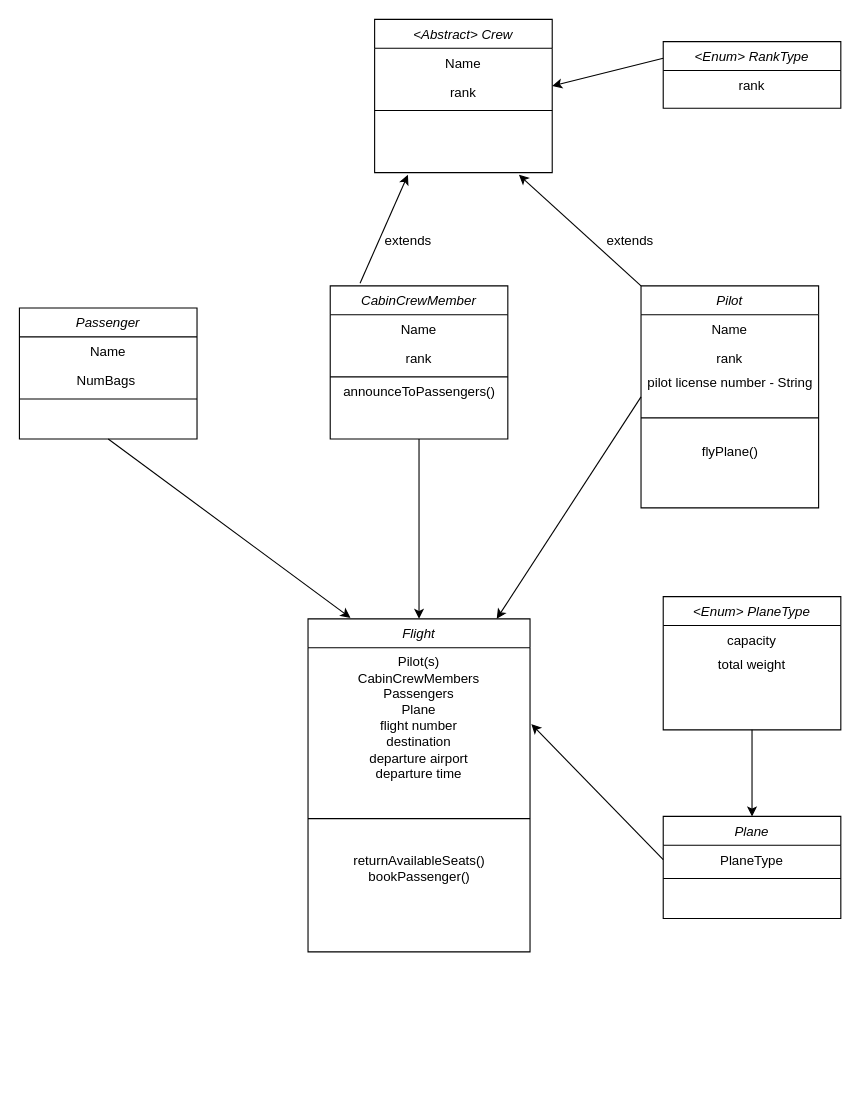
The draw.io diagram MVPdiagram.drawio in Braingains/Java-TDD-Airline, before the edit. Source tidied: cells renumbered, new cells numbered last; positions are measured from the earlier drawing's top-left corner, leaving out a move shared by most shapes. Both pictures are drawn from the tidied source at 111%, with x=0, y=0 at pixel (19, 19).
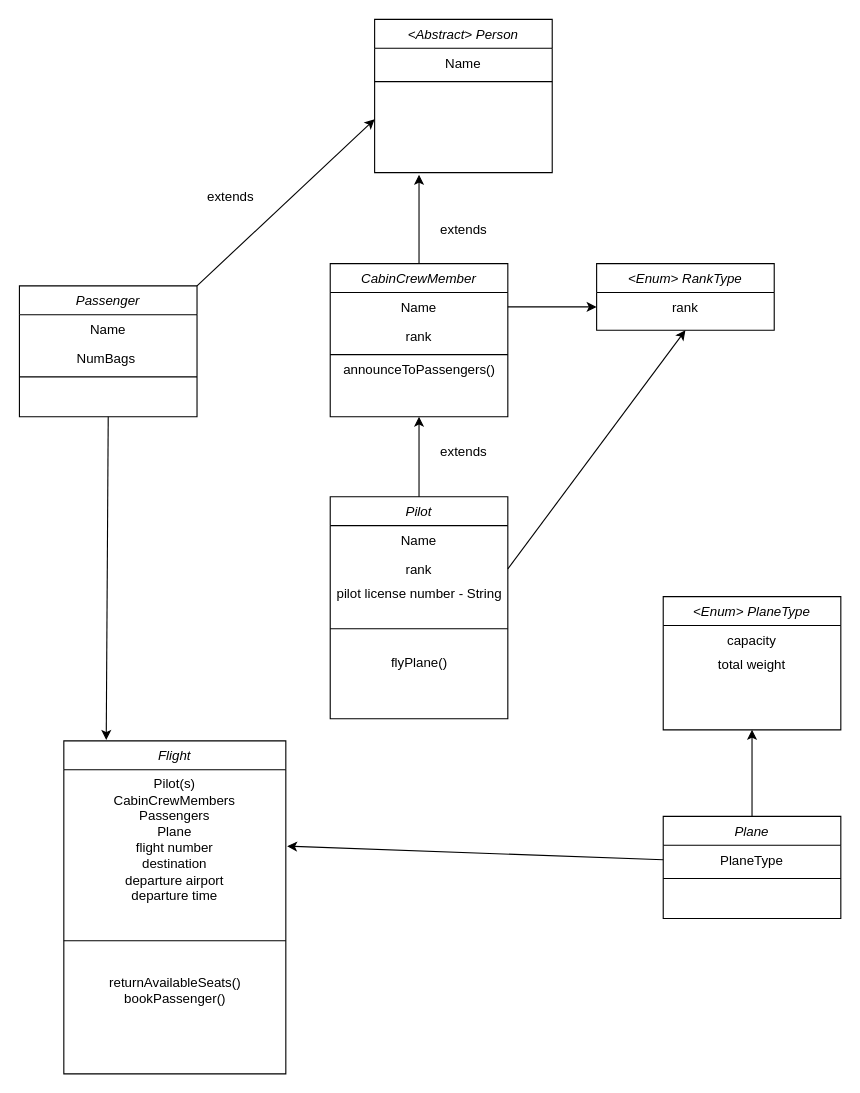
The same diagram, later.

Commit message (it also covers changes not shown here):
abstract person class set up

Unchanged cells that the change refers to:
```xml
<mxCell id="11" value="Name" style="text;align=center;verticalAlign=top;spacingLeft=4;spacingRight=4;overflow=hidden;points=[[0,0.5],[1,0.5]];portConstraint=eastwest;" parent="10" vertex="1">
  <mxGeometry y="26" width="160" height="26" as="geometry" />
</mxCell>
<mxCell id="17" value="rank" style="text;align=center;verticalAlign=top;spacingLeft=4;spacingRight=4;overflow=hidden;points=[[0,0.5],[1,0.5]];portConstraint=eastwest;rounded=0;shadow=0;html=0;" parent="15" vertex="1">
  <mxGeometry y="52" width="160" height="26" as="geometry" />
</mxCell>
<mxCell id="26" value="rank" style="text;align=center;verticalAlign=top;spacingLeft=4;spacingRight=4;overflow=hidden;points=[[0,0.5],[1,0.5]];portConstraint=eastwest;rounded=0;shadow=0;html=0;" parent="25" vertex="1">
  <mxGeometry y="26" width="160" height="26" as="geometry" />
</mxCell>
<mxCell id="27" value="Plane" style="swimlane;fontStyle=2;align=center;verticalAlign=top;horizontal=1;startSize=26;rounded=0;shadow=0;strokeWidth=1;" parent="1" vertex="1">
  <mxGeometry x="580" y="718" width="160" height="92" as="geometry" />
</mxCell>
<mxCell id="30" value="&lt;Enum&gt; PlaneType" style="swimlane;fontStyle=2;align=center;verticalAlign=top;horizontal=1;startSize=26;rounded=0;shadow=0;strokeWidth=1;" parent="1" vertex="1">
  <mxGeometry x="580" y="520" width="160" height="120" as="geometry" />
</mxCell>
```

The edit, as a diff of the source:
```diff
@@
-    <mxCell id="2" value="&lt;Abstract&gt; Crew" style="swimlane;fontStyle=2;align=center;verticalAlign=top;horizontal=1;startSize=26;rounded=0;shadow=0;strokeWidth=1;" parent="1" vertex="1">
+    <mxCell id="2" value="&lt;Abstract&gt; Person" style="swimlane;fontStyle=2;align=center;verticalAlign=top;horizontal=1;startSize=26;rounded=0;shadow=0;strokeWidth=1;" parent="1" vertex="1">
       <mxGeometry x="320" width="160" height="138" as="geometry" />
     </mxCell>
@@
-    <mxCell id="4" value="rank" style="text;align=center;verticalAlign=top;spacingLeft=4;spacingRight=4;overflow=hidden;rounded=0;shadow=0;html=0;" parent="2" vertex="1">
-      <mxGeometry y="52" width="160" height="26" as="geometry" />
-    </mxCell>
     <mxCell id="5" style="line;html=1;strokeWidth=1;align=left;verticalAlign=middle;spacingTop=-1;spacingLeft=3;spacingRight=3;labelPosition=right;" parent="2" vertex="1">
-      <mxGeometry y="78" width="160" height="8" as="geometry" />
+      <mxGeometry y="52" width="160" height="8" as="geometry" />
     </mxCell>
     <mxCell id="6" value="Passenger" style="swimlane;fontStyle=2;align=center;verticalAlign=top;horizontal=1;startSize=26;rounded=0;shadow=0;strokeWidth=1;" parent="1" vertex="1">
-      <mxGeometry y="260" width="160" height="118" as="geometry" />
+      <mxGeometry y="240" width="160" height="118" as="geometry" />
     </mxCell>
@@
     <mxCell id="10" value="CabinCrewMember" style="swimlane;fontStyle=2;align=center;verticalAlign=top;horizontal=1;startSize=26;rounded=0;shadow=0;strokeWidth=1;" parent="1" vertex="1">
-      <mxGeometry x="280" y="240" width="160" height="138" as="geometry" />
+      <mxGeometry x="280" y="220" width="160" height="138" as="geometry" />
     </mxCell>
@@
     <mxCell id="15" value="Pilot" style="swimlane;fontStyle=2;align=center;verticalAlign=top;horizontal=1;startSize=26;rounded=0;shadow=0;strokeWidth=1;" parent="1" vertex="1">
-      <mxGeometry x="560" y="240" width="160" height="200" as="geometry" />
+      <mxGeometry x="280" y="430" width="160" height="200" as="geometry" />
     </mxCell>
@@
-    <mxCell id="21" style="endArrow=classic;html=1;exitX=0;exitY=0;exitDx=0;exitDy=0;" parent="1" edge="1" source="15">
-      <mxGeometry relative="1" as="geometry">
-        <mxPoint x="450" y="140" as="targetPoint" />
-      </mxGeometry>
-    </mxCell>
-    <mxCell id="22" style="endArrow=classic;html=1;exitX=0.168;exitY=-0.017;exitDx=0;exitDy=0;exitPerimeter=0;" parent="1" edge="1" source="10">
+    <mxCell id="22" style="endArrow=classic;html=1;exitX=0.5;exitY=0;exitDx=0;exitDy=0;" parent="1" edge="1" source="10">
       <mxGeometry relative="1" as="geometry">
-        <mxPoint x="350" y="140" as="targetPoint" />
+        <mxPoint x="360" y="140" as="targetPoint" />
       </mxGeometry>
     </mxCell>
     <mxCell id="23" value="extends" style="text;html=1;align=center;verticalAlign=middle;" parent="1" vertex="1">
-      <mxGeometry x="320" y="190" width="60" height="20" as="geometry" />
+      <mxGeometry x="370" y="180" width="60" height="20" as="geometry" />
     </mxCell>
     <mxCell id="24" value="extends" style="text;html=1;align=center;verticalAlign=middle;" parent="1" vertex="1">
-      <mxGeometry x="520" y="190" width="60" height="20" as="geometry" />
+      <mxGeometry x="160" y="150" width="60" height="20" as="geometry" />
     </mxCell>
     <mxCell id="25" value="&lt;Enum&gt; RankType" style="swimlane;fontStyle=2;align=center;verticalAlign=top;horizontal=1;startSize=26;rounded=0;shadow=0;strokeWidth=1;" parent="1" vertex="1">
-      <mxGeometry x="580" y="20" width="160" height="60" as="geometry" />
+      <mxGeometry x="520" y="220" width="160" height="60" as="geometry" />
     </mxCell>
@@
-    <mxCell id="33" style="endArrow=classic;html=1;exitX=0;exitY=0.25;exitDx=0;exitDy=0;" parent="1" edge="1" source="25">
-      <mxGeometry relative="1" as="geometry">
-        <mxPoint x="480" y="60" as="targetPoint" />
-      </mxGeometry>
-    </mxCell>
-    <mxCell id="34" style="endArrow=classic;html=1;entryX=0.5;entryY=0;entryDx=0;entryDy=0;exitX=0.5;exitY=1;exitDx=0;exitDy=0;" parent="1" edge="1" source="30" target="27">
+    <mxCell id="34" style="endArrow=classic;html=1;exitX=0.5;exitY=0;exitDx=0;exitDy=0;entryX=0.5;entryY=1;entryDx=0;entryDy=0;" parent="1" edge="1" source="27" target="30">
       <mxGeometry relative="1" as="geometry" />
     </mxCell>
     <mxCell id="35" value="Flight" style="swimlane;fontStyle=2;align=center;verticalAlign=top;horizontal=1;startSize=26;rounded=0;shadow=0;strokeWidth=1;" parent="1" vertex="1">
-      <mxGeometry x="260" y="540" width="200" height="300" as="geometry" />
+      <mxGeometry x="40" y="650" width="200" height="300" as="geometry" />
     </mxCell>
@@
-    <mxCell id="39" style="endArrow=classic;html=1;entryX=0.5;entryY=0;entryDx=0;entryDy=0;exitX=0.5;exitY=1;exitDx=0;exitDy=0;" parent="1" edge="1" source="10" target="35">
-      <mxGeometry relative="1" as="geometry" />
-    </mxCell>
-    <mxCell id="40" style="endArrow=classic;html=1;" parent="1" edge="1">
-      <mxGeometry relative="1" as="geometry">
-        <mxPoint x="560" y="340" as="sourcePoint" />
-        <mxPoint x="430" y="540" as="targetPoint" />
-      </mxGeometry>
-    </mxCell>
@@
+    <mxCell id="43" style="endArrow=classic;html=1;exitX=1;exitY=0;exitDx=0;exitDy=0;" parent="1" edge="1" source="6">
+      <mxGeometry relative="1" as="geometry">
+        <mxPoint x="320" y="90" as="targetPoint" />
+      </mxGeometry>
+    </mxCell>
+    <mxCell id="44" value="extends" style="text;html=1;align=center;verticalAlign=middle;" parent="1" vertex="1">
+      <mxGeometry x="370" y="380" width="60" height="20" as="geometry" />
+    </mxCell>
+    <mxCell id="45" style="endArrow=classic;html=1;entryX=0.5;entryY=1;entryDx=0;entryDy=0;exitX=0.5;exitY=0;exitDx=0;exitDy=0;" parent="1" edge="1" source="15" target="10">
+      <mxGeometry relative="1" as="geometry" />
+    </mxCell>
+    <mxCell id="46" style="endArrow=classic;html=1;entryX=0;entryY=0.5;entryDx=0;entryDy=0;exitX=1;exitY=0.5;exitDx=0;exitDy=0;" parent="1" edge="1" source="11" target="26">
+      <mxGeometry relative="1" as="geometry" />
+    </mxCell>
+    <mxCell id="47" style="endArrow=classic;html=1;exitX=1;exitY=0.5;exitDx=0;exitDy=0;entryX=0.5;entryY=1;entryDx=0;entryDy=0;" parent="1" edge="1" source="17" target="25">
+      <mxGeometry relative="1" as="geometry" />
+    </mxCell>
```
